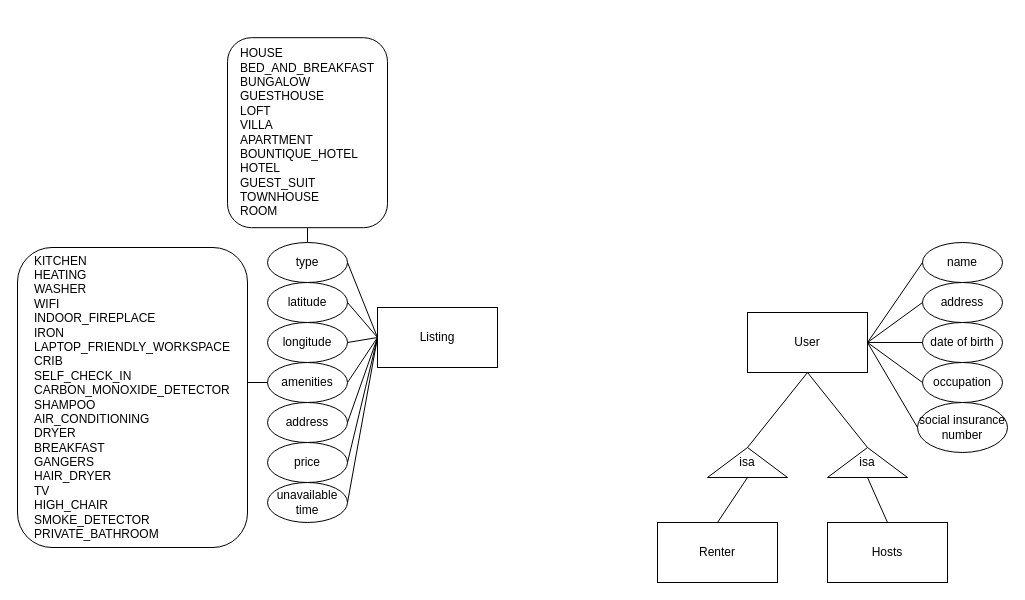
Before: ERDiagram.drawio in TylarZhu/CSCC43Project, a draw.io diagram. Source tidied: cells renumbered, new cells numbered last; positions are measured from the earlier drawing's top-left corner, leaving out a move shared by most shapes. Both pictures are drawn from the tidied source at 100%, with x=0, y=0 at pixel (17, 37).
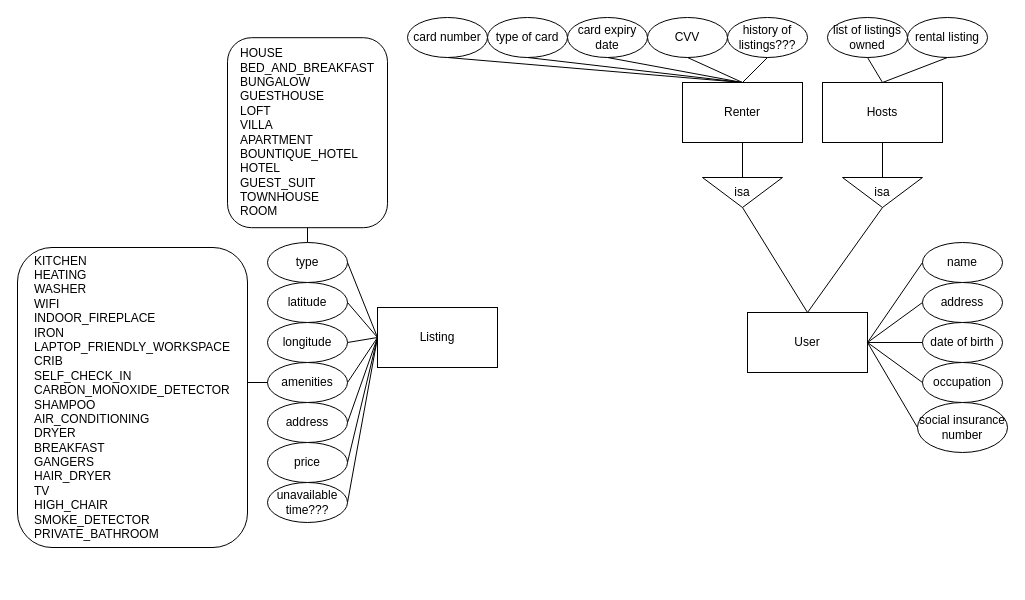
Above is the later version.

Unchanged cells that the change refers to:
```xml
<mxCell id="21" value="User" style="rounded=0;whiteSpace=wrap;html=1;" parent="1" vertex="1">
  <mxGeometry x="730" y="275" width="120" height="60" as="geometry" />
</mxCell>
```

Diff of the diagram source:
```diff
@@
-    <mxCell id="18" value="unavailable time&lt;br&gt;" style="ellipse;whiteSpace=wrap;html=1;" parent="1" vertex="1">
+    <mxCell id="18" value="unavailable time???&lt;br&gt;" style="ellipse;whiteSpace=wrap;html=1;" parent="1" vertex="1">
       <mxGeometry x="250" y="445" width="80" height="40" as="geometry" />
     </mxCell>
@@
-    <mxCell id="32" value="isa" style="triangle;whiteSpace=wrap;html=1;direction=north;" parent="1" vertex="1">
-      <mxGeometry x="690" y="410" width="80" height="30" as="geometry" />
+    <mxCell id="32" value="isa" style="triangle;whiteSpace=wrap;html=1;direction=south;" parent="1" vertex="1">
+      <mxGeometry x="685" y="140" width="80" height="30" as="geometry" />
     </mxCell>
-    <mxCell id="33" value="isa" style="triangle;whiteSpace=wrap;html=1;direction=north;" parent="1" vertex="1">
-      <mxGeometry x="810" y="410" width="80" height="30" as="geometry" />
+    <mxCell id="33" value="isa" style="triangle;whiteSpace=wrap;html=1;direction=south;" parent="1" vertex="1">
+      <mxGeometry x="825" y="140" width="80" height="30" as="geometry" />
     </mxCell>
-    <mxCell id="34" style="endArrow=none;html=1;entryX=0.5;entryY=1;entryDx=0;entryDy=0;exitX=1;exitY=0.5;exitDx=0;exitDy=0;" parent="1" edge="1" source="32" target="21">
-      <mxGeometry relative="1" as="geometry" />
-    </mxCell>
-    <mxCell id="35" style="endArrow=none;html=1;entryX=0.5;entryY=1;entryDx=0;entryDy=0;exitX=1;exitY=0.5;exitDx=0;exitDy=0;" parent="1" edge="1" source="33" target="21">
-      <mxGeometry relative="1" as="geometry" />
-    </mxCell>
     <mxCell id="36" value="Renter" style="rounded=0;whiteSpace=wrap;html=1;" parent="1" vertex="1">
-      <mxGeometry x="640" y="485" width="120" height="60" as="geometry" />
+      <mxGeometry x="665" y="45" width="120" height="60" as="geometry" />
     </mxCell>
     <mxCell id="37" value="Hosts" style="rounded=0;whiteSpace=wrap;html=1;" parent="1" vertex="1">
-      <mxGeometry x="810" y="485" width="120" height="60" as="geometry" />
+      <mxGeometry x="805" y="45" width="120" height="60" as="geometry" />
     </mxCell>
-    <mxCell id="38" style="endArrow=none;html=1;entryX=0;entryY=0.5;entryDx=0;entryDy=0;exitX=0.5;exitY=0;exitDx=0;exitDy=0;" parent="1" edge="1" source="36" target="32">
-      <mxGeometry relative="1" as="geometry" />
-    </mxCell>
-    <mxCell id="39" style="endArrow=none;html=1;entryX=0;entryY=0.5;entryDx=0;entryDy=0;exitX=0.5;exitY=0;exitDx=0;exitDy=0;" parent="1" edge="1" source="37" target="33">
-      <mxGeometry relative="1" as="geometry" />
-    </mxCell>
+    <mxCell id="40" value="card number" style="ellipse;whiteSpace=wrap;html=1;" parent="1" vertex="1">
+      <mxGeometry x="390" y="-20" width="80" height="40" as="geometry" />
+    </mxCell>
+    <mxCell id="41" value="type of card" style="ellipse;whiteSpace=wrap;html=1;" parent="1" vertex="1">
+      <mxGeometry x="470" y="-20" width="80" height="40" as="geometry" />
+    </mxCell>
+    <mxCell id="42" style="endArrow=none;html=1;entryX=0.5;entryY=1;entryDx=0;entryDy=0;exitX=0;exitY=0.5;exitDx=0;exitDy=0;" parent="1" edge="1" source="32" target="36">
+      <mxGeometry relative="1" as="geometry" />
+    </mxCell>
+    <mxCell id="43" style="endArrow=none;html=1;entryX=0.5;entryY=1;entryDx=0;entryDy=0;exitX=0;exitY=0.5;exitDx=0;exitDy=0;" parent="1" edge="1" source="33" target="37">
+      <mxGeometry relative="1" as="geometry" />
+    </mxCell>
+    <mxCell id="44" style="endArrow=none;html=1;exitX=0.5;exitY=0;exitDx=0;exitDy=0;entryX=1;entryY=0.5;entryDx=0;entryDy=0;" parent="1" edge="1" source="21" target="33">
+      <mxGeometry relative="1" as="geometry" />
+    </mxCell>
+    <mxCell id="45" style="endArrow=none;html=1;exitX=0.5;exitY=0;exitDx=0;exitDy=0;entryX=1;entryY=0.5;entryDx=0;entryDy=0;" parent="1" edge="1" source="21" target="32">
+      <mxGeometry relative="1" as="geometry" />
+    </mxCell>
+    <mxCell id="46" style="endArrow=none;html=1;entryX=0.5;entryY=1;entryDx=0;entryDy=0;exitX=0.5;exitY=0;exitDx=0;exitDy=0;" parent="1" edge="1" source="36" target="40">
+      <mxGeometry relative="1" as="geometry" />
+    </mxCell>
+    <mxCell id="47" style="endArrow=none;html=1;entryX=0.5;entryY=1;entryDx=0;entryDy=0;exitX=0.5;exitY=0;exitDx=0;exitDy=0;" parent="1" edge="1" source="36" target="41">
+      <mxGeometry relative="1" as="geometry" />
+    </mxCell>
+    <mxCell id="48" value="card expiry date" style="ellipse;whiteSpace=wrap;html=1;" parent="1" vertex="1">
+      <mxGeometry x="550" y="-20" width="80" height="40" as="geometry" />
+    </mxCell>
+    <mxCell id="49" style="endArrow=none;html=1;entryX=0.5;entryY=0;entryDx=0;entryDy=0;exitX=0.5;exitY=1;exitDx=0;exitDy=0;" parent="1" edge="1" source="48" target="36">
+      <mxGeometry relative="1" as="geometry" />
+    </mxCell>
+    <mxCell id="50" value="CVV" style="ellipse;whiteSpace=wrap;html=1;" parent="1" vertex="1">
+      <mxGeometry x="630" y="-20" width="80" height="40" as="geometry" />
+    </mxCell>
+    <mxCell id="51" style="endArrow=none;html=1;entryX=0.5;entryY=1;entryDx=0;entryDy=0;exitX=0.5;exitY=0;exitDx=0;exitDy=0;" parent="1" edge="1" source="36" target="50">
+      <mxGeometry relative="1" as="geometry" />
+    </mxCell>
+    <mxCell id="52" value="history of listings???" style="ellipse;whiteSpace=wrap;html=1;" parent="1" vertex="1">
+      <mxGeometry x="710" y="-20" width="80" height="40" as="geometry" />
+    </mxCell>
+    <mxCell id="53" style="endArrow=none;html=1;entryX=0.5;entryY=1;entryDx=0;entryDy=0;exitX=0.5;exitY=0;exitDx=0;exitDy=0;" parent="1" edge="1" source="36" target="52">
+      <mxGeometry relative="1" as="geometry" />
+    </mxCell>
+    <mxCell id="54" value="list of listings owned" style="ellipse;whiteSpace=wrap;html=1;" parent="1" vertex="1">
+      <mxGeometry x="810" y="-20" width="80" height="40" as="geometry" />
+    </mxCell>
+    <mxCell id="55" value="rental listing" style="ellipse;whiteSpace=wrap;html=1;" parent="1" vertex="1">
+      <mxGeometry x="890" y="-20" width="80" height="40" as="geometry" />
+    </mxCell>
+    <mxCell id="56" style="endArrow=none;html=1;entryX=0.5;entryY=1;entryDx=0;entryDy=0;exitX=0.5;exitY=0;exitDx=0;exitDy=0;" parent="1" edge="1" source="37" target="55">
+      <mxGeometry relative="1" as="geometry" />
+    </mxCell>
+    <mxCell id="57" style="endArrow=none;html=1;entryX=0.5;entryY=1;entryDx=0;entryDy=0;exitX=0.5;exitY=0;exitDx=0;exitDy=0;" parent="1" edge="1" source="37" target="54">
+      <mxGeometry relative="1" as="geometry" />
+    </mxCell>
```
